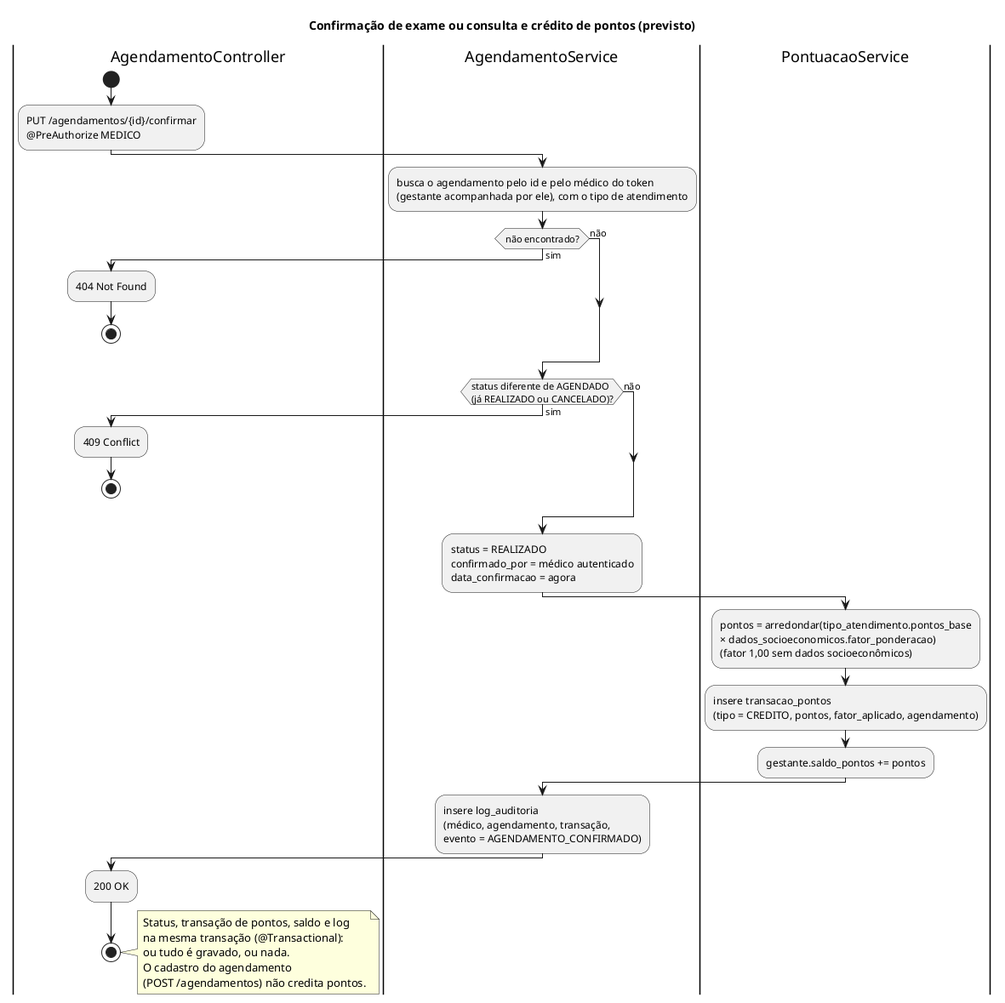
CozyShelf/previna-backend keeps this PlantUML diagram as docs/implementation-diagrams/confirmacao-pontos/confirmacao-pontos.png. Above is the earlier version.
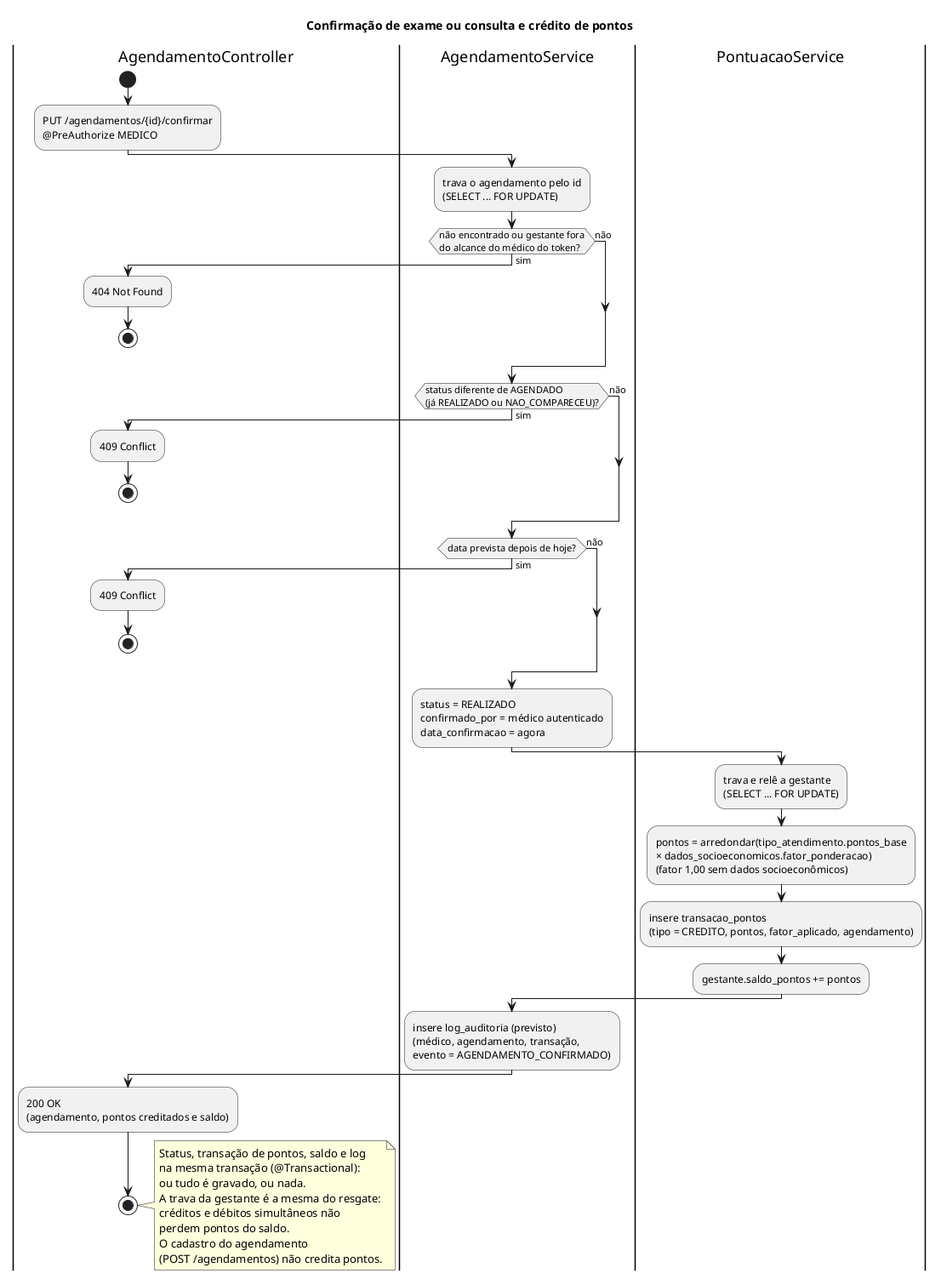
The same diagram one commit later.

Diff of the diagram source:
```diff
@@ -1,5 +1,5 @@
 @startuml confirmacao-pontos
-title Confirmação de exame ou consulta e crédito de pontos (previsto)
+title Confirmação de exame ou consulta e crédito de pontos
 
 |AgendamentoController|
 start
@@ -7,9 +7,10 @@
 @PreAuthorize MEDICO;
 
 |AgendamentoService|
-:busca o agendamento pelo id e pelo médico do token
-(gestante acompanhada por ele), com o tipo de atendimento;
-if (não encontrado?) then (sim)
+:trava o agendamento pelo id
+(SELECT ... FOR UPDATE);
+if (não encontrado ou gestante fora
+do alcance do médico do token?) then (sim)
   |AgendamentoController|
   :404 Not Found;
   stop
@@ -18,7 +19,15 @@
 
 |AgendamentoService|
 if (status diferente de AGENDADO
-(já REALIZADO ou CANCELADO)?) then (sim)
+(já REALIZADO ou NAO_COMPARECEU)?) then (sim)
+  |AgendamentoController|
+  :409 Conflict;
+  stop
+else (não)
+endif
+
+|AgendamentoService|
+if (data prevista depois de hoje?) then (sim)
   |AgendamentoController|
   :409 Conflict;
   stop
@@ -31,6 +40,8 @@
 data_confirmacao = agora;
 
 |PontuacaoService|
+:trava e relê a gestante
+(SELECT ... FOR UPDATE);
 :pontos = arredondar(tipo_atendimento.pontos_base
 × dados_socioeconomicos.fator_ponderacao)
 (fator 1,00 sem dados socioeconômicos);
@@ -39,18 +50,22 @@
 :gestante.saldo_pontos += pontos;
 
 |AgendamentoService|
-:insere log_auditoria
+:insere log_auditoria (previsto)
 (médico, agendamento, transação,
 evento = AGENDAMENTO_CONFIRMADO);
 
 |AgendamentoController|
-:200 OK;
+:200 OK
+(agendamento, pontos creditados e saldo);
 stop
 
 note right
   Status, transação de pontos, saldo e log
   na mesma transação (@Transactional):
   ou tudo é gravado, ou nada.
+  A trava da gestante é a mesma do resgate:
+  créditos e débitos simultâneos não
+  perdem pontos do saldo.
   O cadastro do agendamento
   (POST /agendamentos) não credita pontos.
 end note
```
